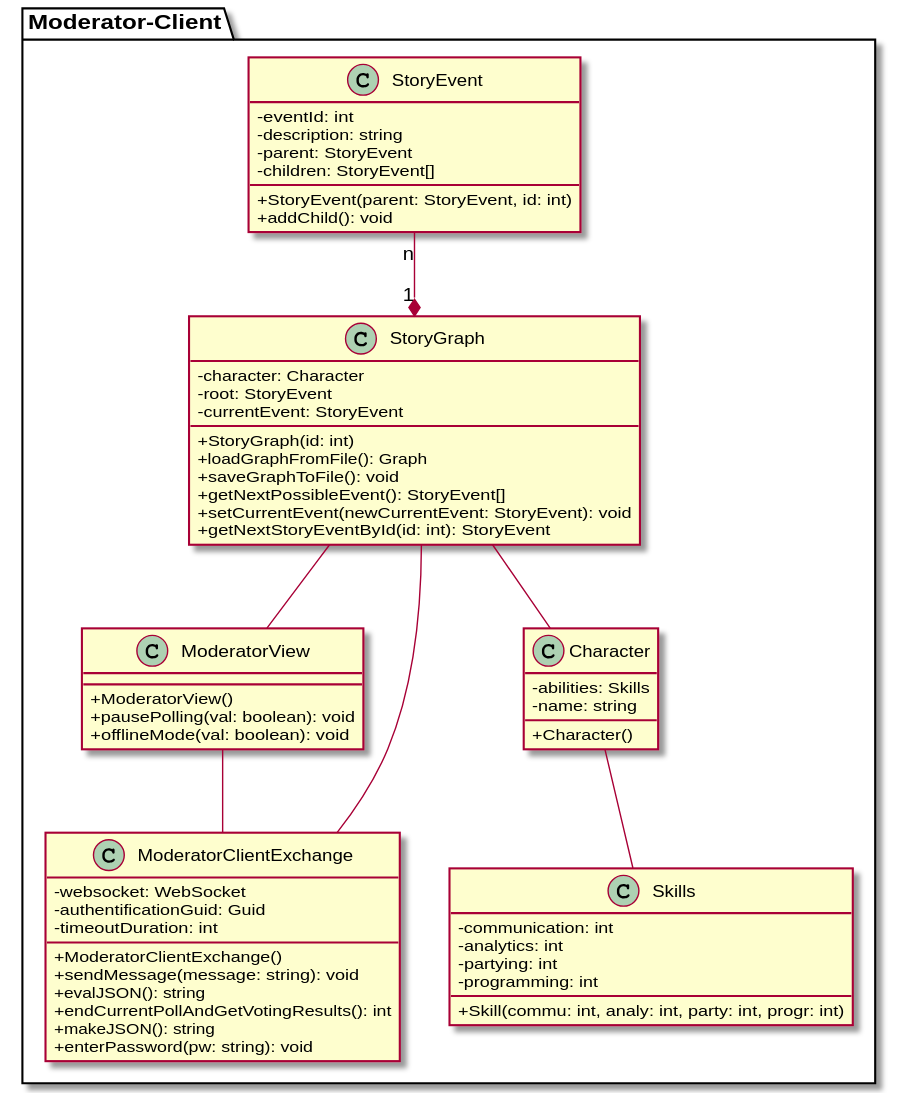
The PlantUML diagram Docs/Technical Specifications/docs/diagrams/ClassDiagrams/ModeratorClientClassDiagram.svg in Brotenko/QualityQuest, before a commit.
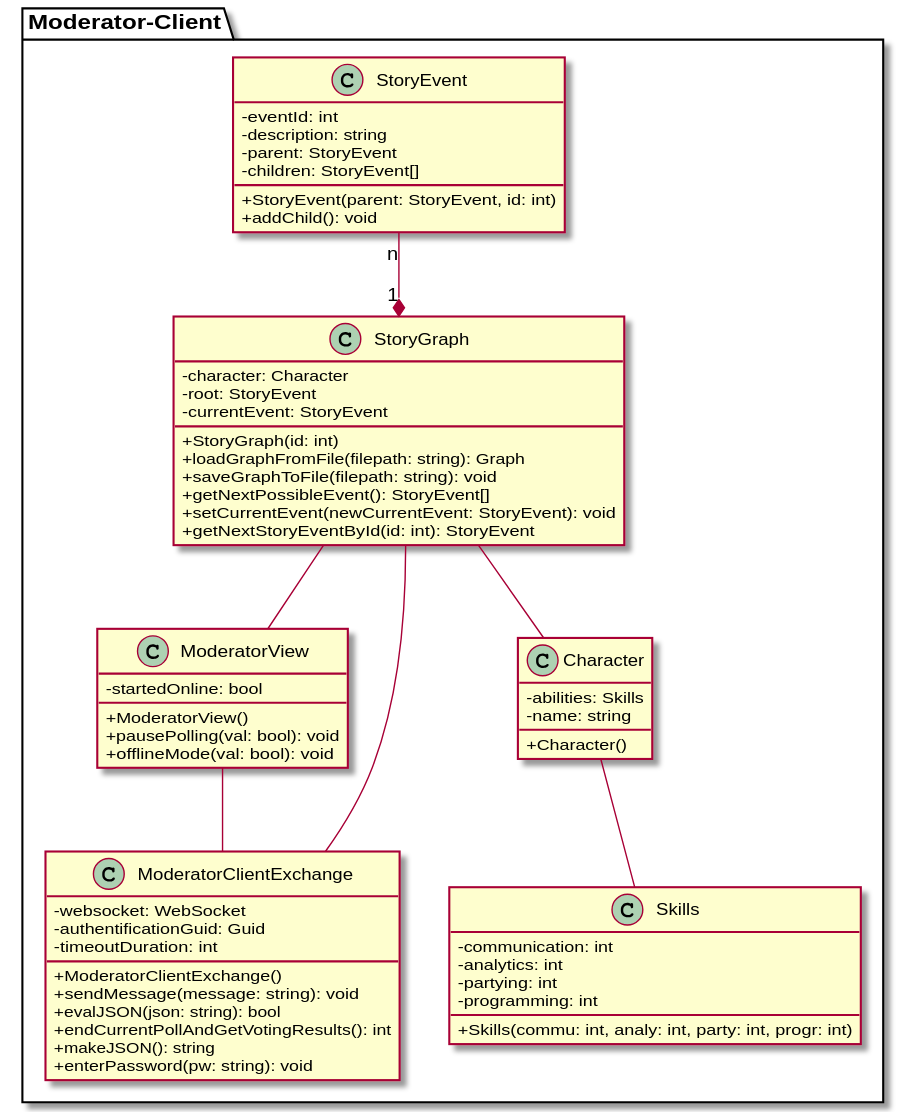
The same diagram one commit later.

The edit, as a diff of the source:
```diff
@@ -17,17 +17,18 @@
     {field} -root: StoryEvent
     {field} -currentEvent: StoryEvent
     {method} +StoryGraph(id: int)
-    {method} +loadGraphFromFile(): Graph
-    {method} +saveGraphToFile(): void
+    {method} +loadGraphFromFile(filepath: string): Graph
+    {method} +saveGraphToFile(filepath: string): void
     {method} +getNextPossibleEvent(): StoryEvent[]
     {method} +setCurrentEvent(newCurrentEvent: StoryEvent): void
     {method} +getNextStoryEventById(id: int): StoryEvent
   }
 
   class "ModeratorView" as mf {
+    {field} -startedOnline: bool
     {method} +ModeratorView()
-    {method} +pausePolling(val: boolean): void
-    {method} +offlineMode(val: boolean): void
+    {method} +pausePolling(val: bool): void
+    {method} +offlineMode(val: bool): void
   }
 
   class "ModeratorClientExchange" as mcei{
@@ -36,7 +37,7 @@
     {field} -timeoutDuration: int
     {method} +ModeratorClientExchange()
     {method} +sendMessage(message: string): void
-    {method} +evalJSON(): string
+    {method} +evalJSON(json: string): bool
     {method} +endCurrentPollAndGetVotingResults(): int
     {method} +makeJSON(): string
     {method} +enterPassword(pw: string): void
@@ -47,7 +48,7 @@
     {field} -analytics: int
     {field} -partying: int
     {field} -programming: int
-    {method} + Skill(commu: int, analy: int, party: int, progr: int)
+    {method} + Skills(commu: int, analy: int, party: int, progr: int)
   }
 
   class Character {
```
